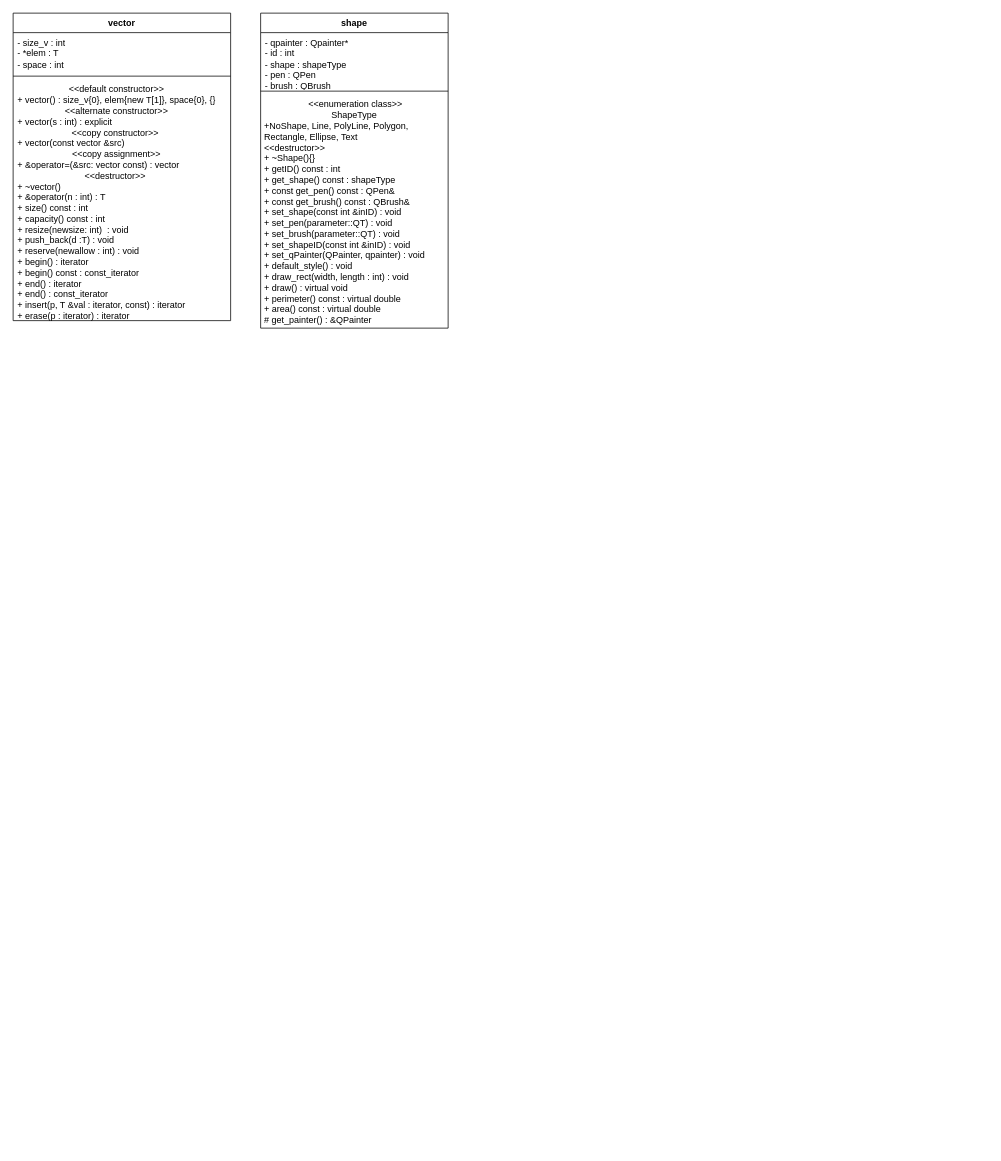
Earlier version of the draw.io diagram Untitled Diagram.drawio (NavidNikoo/EssaWebsite). Source tidied: cells renumbered, new cells numbered last; positions are measured from the earlier drawing's top-left corner, leaving out a move shared by most shapes. Both pictures are drawn from the tidied source at 75%, with x=0, y=0 at pixel (13, 13).
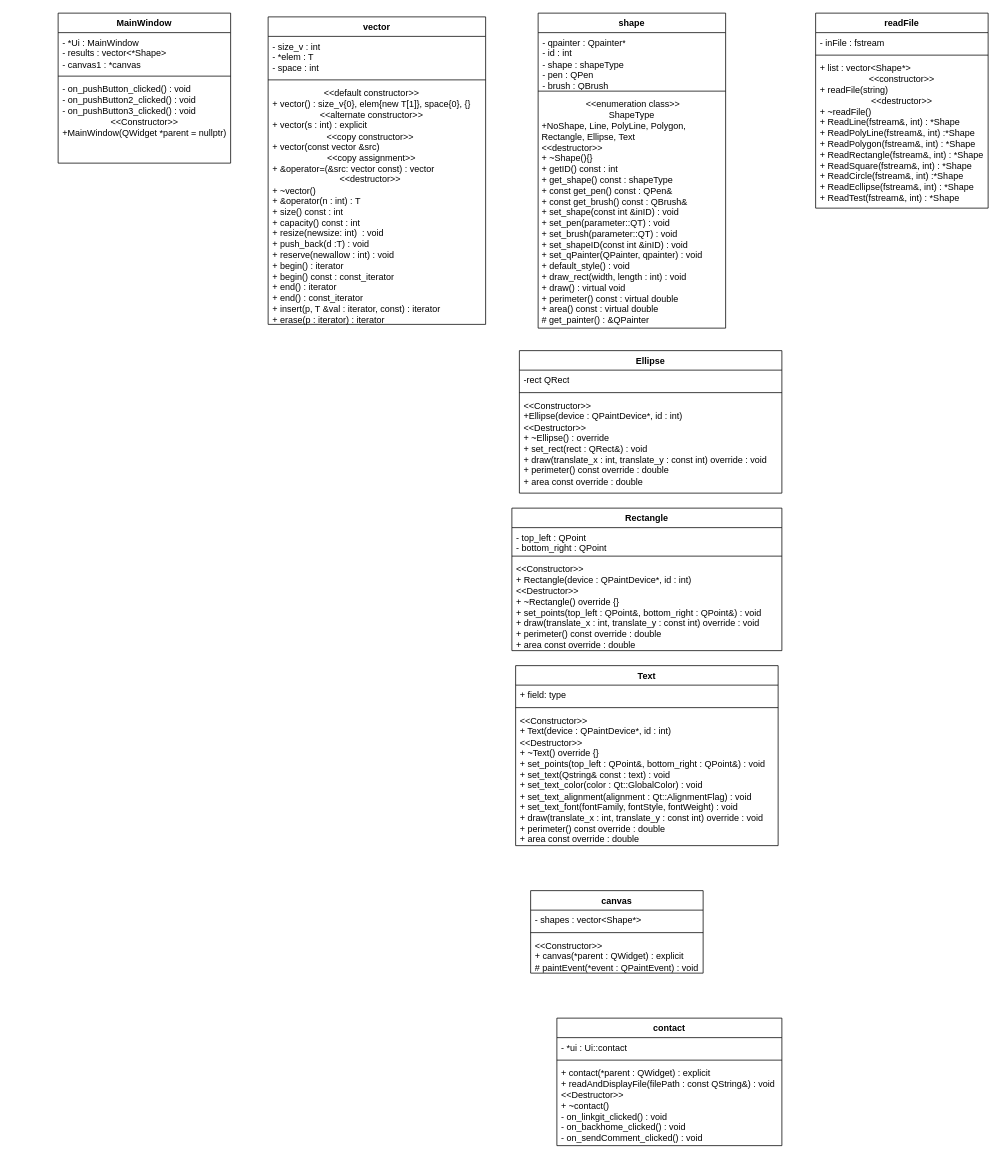
The same diagram, later.

Diff of the diagram source:
```diff
@@
     <mxCell id="2" value="shape" style="swimlane;fontStyle=1;align=center;verticalAlign=top;horizontal=1;startSize=26;whiteSpace=wrap;html=1;" parent="1" vertex="1">
-      <mxGeometry x="330" width="250" height="420" as="geometry" />
+      <mxGeometry x="700" width="250" height="420" as="geometry" />
     </mxCell>
@@
     <mxCell id="7" value="vector" style="swimlane;fontStyle=1;align=center;verticalAlign=top;horizontal=1;startSize=26;whiteSpace=wrap;html=1;" parent="1" vertex="1">
-      <mxGeometry width="290" height="410" as="geometry" />
+      <mxGeometry x="340" y="5" width="290" height="410" as="geometry" />
     </mxCell>
@@
+    <mxCell id="11" value="readFile" style="swimlane;fontStyle=1;align=center;verticalAlign=top;horizontal=1;startSize=26;whiteSpace=wrap;html=1;" parent="1" vertex="1">
+      <mxGeometry x="1070" width="230" height="260" as="geometry" />
+    </mxCell>
+    <mxCell id="12" value="- inFile : fstream" style="text;strokeColor=none;fillColor=none;align=left;verticalAlign=top;spacingLeft=4;spacingRight=4;overflow=hidden;whiteSpace=wrap;html=1;" parent="11" vertex="1">
+      <mxGeometry y="26" width="230" height="26" as="geometry" />
+    </mxCell>
+    <mxCell id="13" style="line;strokeWidth=1;fillColor=none;align=left;verticalAlign=middle;spacingTop=-1;spacingLeft=3;spacingRight=3;labelPosition=right;strokeColor=inherit;" parent="11" vertex="1">
+      <mxGeometry y="52" width="230" height="8" as="geometry" />
+    </mxCell>
+    <mxCell id="14" value="&lt;div style=&quot;text-align: left;&quot;&gt;&lt;span style=&quot;background-color: initial;&quot;&gt;+ list : vector&amp;lt;Shape*&amp;gt;&lt;/span&gt;&lt;br&gt;&lt;/div&gt;&amp;lt;&amp;lt;constructor&amp;gt;&amp;gt;&lt;br&gt;&lt;div style=&quot;text-align: left;&quot;&gt;&lt;span style=&quot;background-color: initial;&quot;&gt;+ readFile(string)&lt;/span&gt;&lt;/div&gt;&lt;div style=&quot;&quot;&gt;&lt;span style=&quot;background-color: initial;&quot;&gt;&amp;lt;&amp;lt;destructor&amp;gt;&amp;gt;&lt;/span&gt;&lt;/div&gt;&lt;div style=&quot;text-align: left;&quot;&gt;&lt;span style=&quot;background-color: initial;&quot;&gt;+ ~readFile()&lt;/span&gt;&lt;/div&gt;&lt;div style=&quot;text-align: left;&quot;&gt;&lt;span style=&quot;background-color: initial;&quot;&gt;+ ReadLine(fstream&amp;amp;, int) : *Shape&lt;/span&gt;&lt;/div&gt;&lt;div style=&quot;text-align: left;&quot;&gt;&lt;span style=&quot;background-color: initial;&quot;&gt;+ ReadPolyLine(fstream&amp;amp;, int) :*Shape&lt;/span&gt;&lt;/div&gt;&lt;div style=&quot;text-align: left;&quot;&gt;&lt;span style=&quot;background-color: initial;&quot;&gt;+ ReadPolygon(fstream&amp;amp;, int) : *Shape&lt;/span&gt;&lt;/div&gt;&lt;div style=&quot;text-align: left;&quot;&gt;+ ReadRectangle(fstream&amp;amp;, int) : *Shape&lt;/div&gt;&lt;div style=&quot;text-align: left;&quot;&gt;+ ReadSquare(fstream&amp;amp;, int) : *Shape&lt;/div&gt;&lt;div style=&quot;text-align: left;&quot;&gt;+ ReadCircle(fstream&amp;amp;, int) :*Shape&lt;/div&gt;&lt;div style=&quot;text-align: left;&quot;&gt;+ ReadEcllipse(fstream&amp;amp;, int) : *Shape&lt;/div&gt;&lt;div style=&quot;text-align: left;&quot;&gt;+ ReadTest(fstream&amp;amp;, int) : *Shape&lt;/div&gt;" style="text;strokeColor=none;fillColor=none;align=center;verticalAlign=top;spacingLeft=4;spacingRight=4;overflow=hidden;whiteSpace=wrap;html=1;" parent="11" vertex="1">
+      <mxGeometry y="60" width="230" height="200" as="geometry" />
+    </mxCell>
+    <mxCell id="15" value="MainWindow" style="swimlane;fontStyle=1;align=center;verticalAlign=top;horizontal=1;startSize=26;whiteSpace=wrap;html=1;" parent="1" vertex="1">
+      <mxGeometry x="60" width="230" height="200" as="geometry" />
+    </mxCell>
+    <mxCell id="16" value="- *Ui : MainWindow&lt;br&gt;- results : vector&amp;lt;*Shape&amp;gt;&lt;br&gt;- canvas1 : *canvas" style="text;strokeColor=none;fillColor=none;align=left;verticalAlign=top;spacingLeft=4;spacingRight=4;overflow=hidden;whiteSpace=wrap;html=1;" parent="15" vertex="1">
+      <mxGeometry y="26" width="230" height="54" as="geometry" />
+    </mxCell>
+    <mxCell id="17" style="line;strokeWidth=1;fillColor=none;align=left;verticalAlign=middle;spacingTop=-1;spacingLeft=3;spacingRight=3;labelPosition=right;strokeColor=inherit;" parent="15" vertex="1">
+      <mxGeometry y="80" width="230" height="8" as="geometry" />
+    </mxCell>
+    <mxCell id="18" value="- on_pushButton_clicked() : void&lt;br style=&quot;--tw-border-spacing-x: 0; --tw-border-spacing-y: 0; --tw-translate-x: 0; --tw-translate-y: 0; --tw-rotate: 0; --tw-skew-x: 0; --tw-skew-y: 0; --tw-scale-x: 1; --tw-scale-y: 1; --tw-pan-x: ; --tw-pan-y: ; --tw-pinch-zoom: ; --tw-scroll-snap-strictness: proximity; --tw-ordinal: ; --tw-slashed-zero: ; --tw-numeric-figure: ; --tw-numeric-spacing: ; --tw-numeric-fraction: ; --tw-ring-inset: ; --tw-ring-offset-width: 0px; --tw-ring-offset-color: #fff; --tw-ring-color: rgb(59 130 246 / 0.5); --tw-ring-offset-shadow: 0 0 #0000; --tw-ring-shadow: 0 0 #0000; --tw-shadow: 0 0 #0000; --tw-shadow-colored: 0 0 #0000; --tw-blur: ; --tw-brightness: ; --tw-contrast: ; --tw-grayscale: ; --tw-hue-rotate: ; --tw-invert: ; --tw-saturate: ; --tw-sepia: ; --tw-drop-shadow: ; --tw-backdrop-blur: ; --tw-backdrop-brightness: ; --tw-backdrop-contrast: ; --tw-backdrop-grayscale: ; --tw-backdrop-hue-rotate: ; --tw-backdrop-invert: ; --tw-backdrop-opacity: ; --tw-backdrop-saturate: ; --tw-backdrop-sepia: ; border-color: var(--border-color);&quot;&gt;- on_pushButton2_clicked() : void&lt;br style=&quot;--tw-border-spacing-x: 0; --tw-border-spacing-y: 0; --tw-translate-x: 0; --tw-translate-y: 0; --tw-rotate: 0; --tw-skew-x: 0; --tw-skew-y: 0; --tw-scale-x: 1; --tw-scale-y: 1; --tw-pan-x: ; --tw-pan-y: ; --tw-pinch-zoom: ; --tw-scroll-snap-strictness: proximity; --tw-ordinal: ; --tw-slashed-zero: ; --tw-numeric-figure: ; --tw-numeric-spacing: ; --tw-numeric-fraction: ; --tw-ring-inset: ; --tw-ring-offset-width: 0px; --tw-ring-offset-color: #fff; --tw-ring-color: rgb(59 130 246 / 0.5); --tw-ring-offset-shadow: 0 0 #0000; --tw-ring-shadow: 0 0 #0000; --tw-shadow: 0 0 #0000; --tw-shadow-colored: 0 0 #0000; --tw-blur: ; --tw-brightness: ; --tw-contrast: ; --tw-grayscale: ; --tw-hue-rotate: ; --tw-invert: ; --tw-saturate: ; --tw-sepia: ; --tw-drop-shadow: ; --tw-backdrop-blur: ; --tw-backdrop-brightness: ; --tw-backdrop-contrast: ; --tw-backdrop-grayscale: ; --tw-backdrop-hue-rotate: ; --tw-backdrop-invert: ; --tw-backdrop-opacity: ; --tw-backdrop-saturate: ; --tw-backdrop-sepia: ; border-color: var(--border-color);&quot;&gt;- on_pushButton3_clicked() : void&lt;br&gt;&lt;div style=&quot;text-align: center;&quot;&gt;&amp;lt;&amp;lt;Constructor&amp;gt;&amp;gt;&lt;/div&gt;&lt;div style=&quot;&quot;&gt;+MainWindow(QWidget *parent = nullptr)&lt;/div&gt;" style="text;strokeColor=none;fillColor=none;align=left;verticalAlign=top;spacingLeft=4;spacingRight=4;overflow=hidden;whiteSpace=wrap;html=1;" parent="15" vertex="1">
+      <mxGeometry y="88" width="230" height="112" as="geometry" />
+    </mxCell>
+    <mxCell id="19" value="Ellipse" style="swimlane;fontStyle=1;align=center;verticalAlign=top;horizontal=1;startSize=26;whiteSpace=wrap;html=1;" parent="1" vertex="1">
+      <mxGeometry x="675" y="450" width="350" height="190" as="geometry" />
+    </mxCell>
+    <mxCell id="20" value="-rect QRect" style="text;strokeColor=none;fillColor=none;align=left;verticalAlign=top;spacingLeft=4;spacingRight=4;overflow=hidden;whiteSpace=wrap;html=1;" parent="19" vertex="1">
+      <mxGeometry y="26" width="350" height="26" as="geometry" />
+    </mxCell>
+    <mxCell id="21" style="line;strokeWidth=1;fillColor=none;align=left;verticalAlign=middle;spacingTop=-1;spacingLeft=3;spacingRight=3;labelPosition=right;strokeColor=inherit;" parent="19" vertex="1">
+      <mxGeometry y="52" width="350" height="8" as="geometry" />
+    </mxCell>
+    <mxCell id="22" value="&amp;lt;&amp;lt;Constructor&amp;gt;&amp;gt;&lt;br&gt;+Ellipse(device : QPaintDevice*, id : int)&lt;br&gt;&amp;lt;&amp;lt;Destructor&amp;gt;&amp;gt;&lt;br&gt;+ ~Ellipse() : override&lt;br&gt;+ set_rect(rect : QRect&amp;amp;) : void&lt;br&gt;+ draw(translate_x : int, translate_y : const int) override : void&amp;nbsp;&amp;nbsp;&lt;br&gt;+ perimeter() const override : double&lt;br&gt;+ area const override : double" style="text;strokeColor=none;fillColor=none;align=left;verticalAlign=top;spacingLeft=4;spacingRight=4;overflow=hidden;whiteSpace=wrap;html=1;" parent="19" vertex="1">
+      <mxGeometry y="60" width="350" height="130" as="geometry" />
+    </mxCell>
+    <mxCell id="23" value="Rectangle&lt;br&gt;" style="swimlane;fontStyle=1;align=center;verticalAlign=top;horizontal=1;startSize=26;whiteSpace=wrap;html=1;" parent="1" vertex="1">
+      <mxGeometry x="665" y="660" width="360" height="190" as="geometry" />
+    </mxCell>
+    <mxCell id="24" value="- top_left : QPoint&lt;br&gt;- bottom_right : QPoint" style="text;strokeColor=none;fillColor=none;align=left;verticalAlign=top;spacingLeft=4;spacingRight=4;overflow=hidden;whiteSpace=wrap;html=1;" parent="23" vertex="1">
+      <mxGeometry y="26" width="360" height="34" as="geometry" />
+    </mxCell>
+    <mxCell id="25" style="line;strokeWidth=1;fillColor=none;align=left;verticalAlign=middle;spacingTop=-1;spacingLeft=3;spacingRight=3;labelPosition=right;strokeColor=inherit;" parent="23" vertex="1">
+      <mxGeometry y="60" width="360" height="8" as="geometry" />
+    </mxCell>
+    <mxCell id="26" value="&amp;lt;&amp;lt;Constructor&amp;gt;&amp;gt;&lt;br&gt;+ Rectangle(device : QPaintDevice*, id : int)&lt;br&gt;&amp;lt;&amp;lt;Destructor&amp;gt;&amp;gt;&lt;br&gt;+ ~Rectangle() override {}&lt;br&gt;+ set_points(top_left : QPoint&amp;amp;, bottom_right : QPoint&amp;amp;) : void&lt;br&gt;+ draw(translate_x : int, translate_y : const int) override : void&amp;nbsp;&amp;nbsp;&lt;br&gt;+ perimeter() const override : double&lt;br&gt;+ area const override : double" style="text;strokeColor=none;fillColor=none;align=left;verticalAlign=top;spacingLeft=4;spacingRight=4;overflow=hidden;whiteSpace=wrap;html=1;" parent="23" vertex="1">
+      <mxGeometry y="68" width="360" height="122" as="geometry" />
+    </mxCell>
+    <mxCell id="27" value="Text" style="swimlane;fontStyle=1;align=center;verticalAlign=top;horizontal=1;startSize=26;whiteSpace=wrap;html=1;" parent="1" vertex="1">
+      <mxGeometry x="670" y="870" width="350" height="240" as="geometry" />
+    </mxCell>
+    <mxCell id="28" value="+ field: type" style="text;strokeColor=none;fillColor=none;align=left;verticalAlign=top;spacingLeft=4;spacingRight=4;overflow=hidden;whiteSpace=wrap;html=1;" parent="27" vertex="1">
+      <mxGeometry y="26" width="350" height="26" as="geometry" />
+    </mxCell>
+    <mxCell id="29" style="line;strokeWidth=1;fillColor=none;align=left;verticalAlign=middle;spacingTop=-1;spacingLeft=3;spacingRight=3;labelPosition=right;strokeColor=inherit;" parent="27" vertex="1">
+      <mxGeometry y="52" width="350" height="8" as="geometry" />
+    </mxCell>
+    <mxCell id="30" value="&amp;lt;&amp;lt;Constructor&amp;gt;&amp;gt;&lt;br style=&quot;--tw-border-spacing-x: 0; --tw-border-spacing-y: 0; --tw-translate-x: 0; --tw-translate-y: 0; --tw-rotate: 0; --tw-skew-x: 0; --tw-skew-y: 0; --tw-scale-x: 1; --tw-scale-y: 1; --tw-pan-x: ; --tw-pan-y: ; --tw-pinch-zoom: ; --tw-scroll-snap-strictness: proximity; --tw-ordinal: ; --tw-slashed-zero: ; --tw-numeric-figure: ; --tw-numeric-spacing: ; --tw-numeric-fraction: ; --tw-ring-inset: ; --tw-ring-offset-width: 0px; --tw-ring-offset-color: #fff; --tw-ring-color: rgb(59 130 246 / 0.5); --tw-ring-offset-shadow: 0 0 #0000; --tw-ring-shadow: 0 0 #0000; --tw-shadow: 0 0 #0000; --tw-shadow-colored: 0 0 #0000; --tw-blur: ; --tw-brightness: ; --tw-contrast: ; --tw-grayscale: ; --tw-hue-rotate: ; --tw-invert: ; --tw-saturate: ; --tw-sepia: ; --tw-drop-shadow: ; --tw-backdrop-blur: ; --tw-backdrop-brightness: ; --tw-backdrop-contrast: ; --tw-backdrop-grayscale: ; --tw-backdrop-hue-rotate: ; --tw-backdrop-invert: ; --tw-backdrop-opacity: ; --tw-backdrop-saturate: ; --tw-backdrop-sepia: ; border-color: var(--border-color);&quot;&gt;+ Text(device : QPaintDevice*, id : int)&lt;br style=&quot;--tw-border-spacing-x: 0; --tw-border-spacing-y: 0; --tw-translate-x: 0; --tw-translate-y: 0; --tw-rotate: 0; --tw-skew-x: 0; --tw-skew-y: 0; --tw-scale-x: 1; --tw-scale-y: 1; --tw-pan-x: ; --tw-pan-y: ; --tw-pinch-zoom: ; --tw-scroll-snap-strictness: proximity; --tw-ordinal: ; --tw-slashed-zero: ; --tw-numeric-figure: ; --tw-numeric-spacing: ; --tw-numeric-fraction: ; --tw-ring-inset: ; --tw-ring-offset-width: 0px; --tw-ring-offset-color: #fff; --tw-ring-color: rgb(59 130 246 / 0.5); --tw-ring-offset-shadow: 0 0 #0000; --tw-ring-shadow: 0 0 #0000; --tw-shadow: 0 0 #0000; --tw-shadow-colored: 0 0 #0000; --tw-blur: ; --tw-brightness: ; --tw-contrast: ; --tw-grayscale: ; --tw-hue-rotate: ; --tw-invert: ; --tw-saturate: ; --tw-sepia: ; --tw-drop-shadow: ; --tw-backdrop-blur: ; --tw-backdrop-brightness: ; --tw-backdrop-contrast: ; --tw-backdrop-grayscale: ; --tw-backdrop-hue-rotate: ; --tw-backdrop-invert: ; --tw-backdrop-opacity: ; --tw-backdrop-saturate: ; --tw-backdrop-sepia: ; border-color: var(--border-color);&quot;&gt;&amp;lt;&amp;lt;Destructor&amp;gt;&amp;gt;&lt;br style=&quot;--tw-border-spacing-x: 0; --tw-border-spacing-y: 0; --tw-translate-x: 0; --tw-translate-y: 0; --tw-rotate: 0; --tw-skew-x: 0; --tw-skew-y: 0; --tw-scale-x: 1; --tw-scale-y: 1; --tw-pan-x: ; --tw-pan-y: ; --tw-pinch-zoom: ; --tw-scroll-snap-strictness: proximity; --tw-ordinal: ; --tw-slashed-zero: ; --tw-numeric-figure: ; --tw-numeric-spacing: ; --tw-numeric-fraction: ; --tw-ring-inset: ; --tw-ring-offset-width: 0px; --tw-ring-offset-color: #fff; --tw-ring-color: rgb(59 130 246 / 0.5); --tw-ring-offset-shadow: 0 0 #0000; --tw-ring-shadow: 0 0 #0000; --tw-shadow: 0 0 #0000; --tw-shadow-colored: 0 0 #0000; --tw-blur: ; --tw-brightness: ; --tw-contrast: ; --tw-grayscale: ; --tw-hue-rotate: ; --tw-invert: ; --tw-saturate: ; --tw-sepia: ; --tw-drop-shadow: ; --tw-backdrop-blur: ; --tw-backdrop-brightness: ; --tw-backdrop-contrast: ; --tw-backdrop-grayscale: ; --tw-backdrop-hue-rotate: ; --tw-backdrop-invert: ; --tw-backdrop-opacity: ; --tw-backdrop-saturate: ; --tw-backdrop-sepia: ; border-color: var(--border-color);&quot;&gt;+ ~Text() override {}&lt;br&gt;+ set_points(top_left : QPoint&amp;amp;, bottom_right : QPoint&amp;amp;) : void&lt;br&gt;+ set_text(Qstring&amp;amp; const : text) : void&lt;br&gt;+ set_text_color(color : Qt::GlobalColor) : void&lt;br&gt;+ set_text_alignment(alignment : Qt::AlignmentFlag) : void&lt;br&gt;+ set_text_font(fontFamily, fontStyle, fontWeight) : void&lt;br&gt;+ draw(translate_x : int, translate_y : const int) override : void&amp;nbsp;&amp;nbsp;&lt;br style=&quot;--tw-border-spacing-x: 0; --tw-border-spacing-y: 0; --tw-translate-x: 0; --tw-translate-y: 0; --tw-rotate: 0; --tw-skew-x: 0; --tw-skew-y: 0; --tw-scale-x: 1; --tw-scale-y: 1; --tw-pan-x: ; --tw-pan-y: ; --tw-pinch-zoom: ; --tw-scroll-snap-strictness: proximity; --tw-ordinal: ; --tw-slashed-zero: ; --tw-numeric-figure: ; --tw-numeric-spacing: ; --tw-numeric-fraction: ; --tw-ring-inset: ; --tw-ring-offset-width: 0px; --tw-ring-offset-color: #fff; --tw-ring-color: rgb(59 130 246 / 0.5); --tw-ring-offset-shadow: 0 0 #0000; --tw-ring-shadow: 0 0 #0000; --tw-shadow: 0 0 #0000; --tw-shadow-colored: 0 0 #0000; --tw-blur: ; --tw-brightness: ; --tw-contrast: ; --tw-grayscale: ; --tw-hue-rotate: ; --tw-invert: ; --tw-saturate: ; --tw-sepia: ; --tw-drop-shadow: ; --tw-backdrop-blur: ; --tw-backdrop-brightness: ; --tw-backdrop-contrast: ; --tw-backdrop-grayscale: ; --tw-backdrop-hue-rotate: ; --tw-backdrop-invert: ; --tw-backdrop-opacity: ; --tw-backdrop-saturate: ; --tw-backdrop-sepia: ; border-color: var(--border-color);&quot;&gt;+ perimeter() const override : double&lt;br style=&quot;--tw-border-spacing-x: 0; --tw-border-spacing-y: 0; --tw-translate-x: 0; --tw-translate-y: 0; --tw-rotate: 0; --tw-skew-x: 0; --tw-skew-y: 0; --tw-scale-x: 1; --tw-scale-y: 1; --tw-pan-x: ; --tw-pan-y: ; --tw-pinch-zoom: ; --tw-scroll-snap-strictness: proximity; --tw-ordinal: ; --tw-slashed-zero: ; --tw-numeric-figure: ; --tw-numeric-spacing: ; --tw-numeric-fraction: ; --tw-ring-inset: ; --tw-ring-offset-width: 0px; --tw-ring-offset-color: #fff; --tw-ring-color: rgb(59 130 246 / 0.5); --tw-ring-offset-shadow: 0 0 #0000; --tw-ring-shadow: 0 0 #0000; --tw-shadow: 0 0 #0000; --tw-shadow-colored: 0 0 #0000; --tw-blur: ; --tw-brightness: ; --tw-contrast: ; --tw-grayscale: ; --tw-hue-rotate: ; --tw-invert: ; --tw-saturate: ; --tw-sepia: ; --tw-drop-shadow: ; --tw-backdrop-blur: ; --tw-backdrop-brightness: ; --tw-backdrop-contrast: ; --tw-backdrop-grayscale: ; --tw-backdrop-hue-rotate: ; --tw-backdrop-invert: ; --tw-backdrop-opacity: ; --tw-backdrop-saturate: ; --tw-backdrop-sepia: ; border-color: var(--border-color);&quot;&gt;+ area const override : double" style="text;strokeColor=none;fillColor=none;align=left;verticalAlign=top;spacingLeft=4;spacingRight=4;overflow=hidden;whiteSpace=wrap;html=1;" parent="27" vertex="1">
+      <mxGeometry y="60" width="350" height="180" as="geometry" />
+    </mxCell>
+    <mxCell id="31" value="canvas" style="swimlane;fontStyle=1;align=center;verticalAlign=top;horizontal=1;startSize=26;whiteSpace=wrap;html=1;" parent="1" vertex="1">
+      <mxGeometry x="690" y="1170" width="230" height="110" as="geometry" />
+    </mxCell>
+    <mxCell id="32" value="- shapes : vector&amp;lt;Shape*&amp;gt;" style="text;strokeColor=none;fillColor=none;align=left;verticalAlign=top;spacingLeft=4;spacingRight=4;overflow=hidden;whiteSpace=wrap;html=1;" parent="31" vertex="1">
+      <mxGeometry y="26" width="230" height="26" as="geometry" />
+    </mxCell>
+    <mxCell id="33" style="line;strokeWidth=1;fillColor=none;align=left;verticalAlign=middle;spacingTop=-1;spacingLeft=3;spacingRight=3;labelPosition=right;strokeColor=inherit;" parent="31" vertex="1">
+      <mxGeometry y="52" width="230" height="8" as="geometry" />
+    </mxCell>
+    <mxCell id="34" value="&amp;lt;&amp;lt;Constructor&amp;gt;&amp;gt;&lt;br&gt;+ canvas(*parent : QWidget) : explicit&lt;br&gt;# paintEvent(*event : QPaintEvent) : void&lt;br&gt;" style="text;strokeColor=none;fillColor=none;align=left;verticalAlign=top;spacingLeft=4;spacingRight=4;overflow=hidden;whiteSpace=wrap;html=1;" parent="31" vertex="1">
+      <mxGeometry y="60" width="230" height="50" as="geometry" />
+    </mxCell>
+    <mxCell id="35" value="contact" style="swimlane;fontStyle=1;align=center;verticalAlign=top;horizontal=1;startSize=26;whiteSpace=wrap;html=1;" parent="1" vertex="1">
+      <mxGeometry x="725" y="1340" width="300" height="170" as="geometry" />
+    </mxCell>
+    <mxCell id="36" value="- *ui : Ui::contact" style="text;strokeColor=none;fillColor=none;align=left;verticalAlign=top;spacingLeft=4;spacingRight=4;overflow=hidden;whiteSpace=wrap;html=1;" parent="35" vertex="1">
+      <mxGeometry y="26" width="300" height="26" as="geometry" />
+    </mxCell>
+    <mxCell id="37" style="line;strokeWidth=1;fillColor=none;align=left;verticalAlign=middle;spacingTop=-1;spacingLeft=3;spacingRight=3;labelPosition=right;strokeColor=inherit;" parent="35" vertex="1">
+      <mxGeometry y="52" width="300" height="8" as="geometry" />
+    </mxCell>
+    <mxCell id="38" value="+ contact(*parent : QWidget) : explicit&lt;br&gt;+ readAndDisplayFile(filePath : const QString&amp;amp;) : void&lt;br&gt;&amp;lt;&amp;lt;Destructor&amp;gt;&amp;gt;&lt;br&gt;+ ~contact()&lt;br&gt;- on_linkgit_clicked() : void&lt;br&gt;- on_backhome_clicked() : void&lt;br&gt;- on_sendComment_clicked() : void" style="text;strokeColor=none;fillColor=none;align=left;verticalAlign=top;spacingLeft=4;spacingRight=4;overflow=hidden;whiteSpace=wrap;html=1;" parent="35" vertex="1">
+      <mxGeometry y="60" width="300" height="110" as="geometry" />
+    </mxCell>
```
